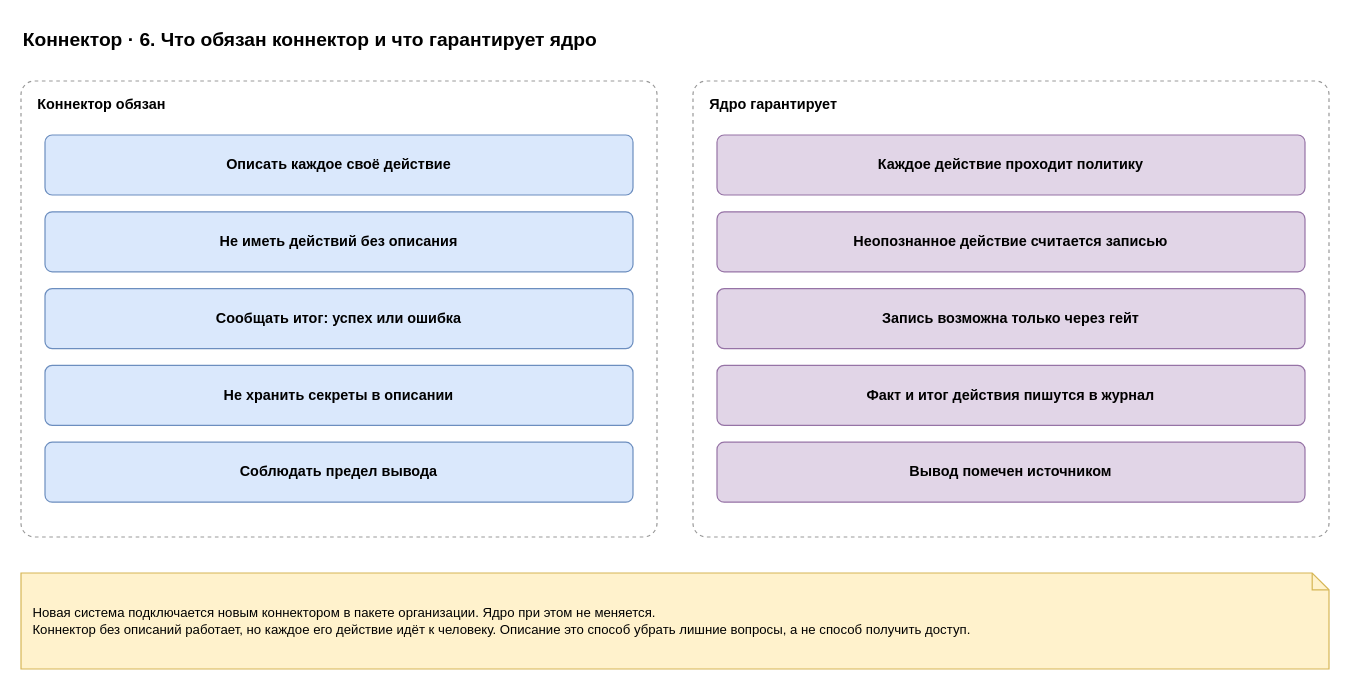
Earlier version of the draw.io diagram page "6. Обязательства" (6 of 6) of docs/spec/harness-connector.drawio (roygkov/reins). Source tidied: cells renumbered, new cells numbered last; positions are measured from the earlier drawing's top-left corner, leaving out a move shared by most shapes. Both pictures are drawn from the tidied source at 120%, with x=0, y=0 at pixel (20, 20).
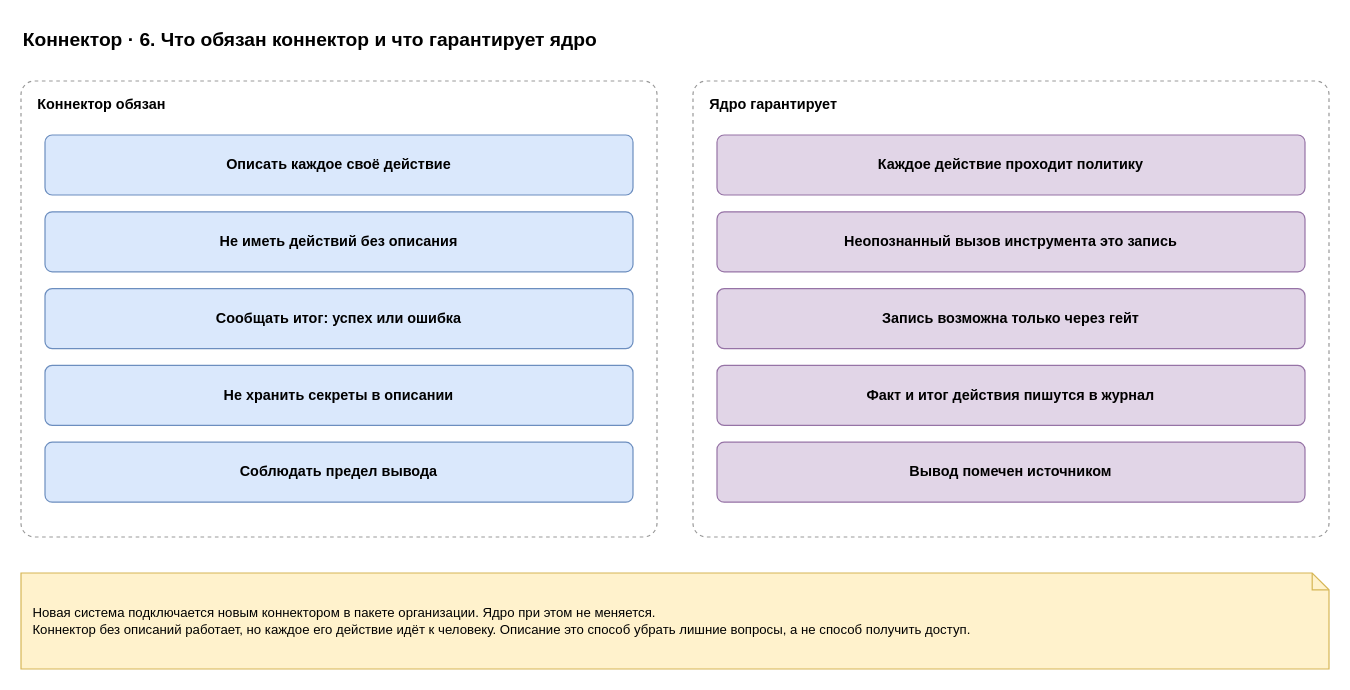
After the change.

Change to the diagram source:
```diff
@@
 <mxGraphModel>
   <root>
     <mxCell id="0" />
     <mxCell id="1" parent="0" />
     <mxCell id="2" value="Коннектор · 6. Что обязан коннектор и что гарантирует ядро" style="text;html=1;align=left;verticalAlign=middle;whiteSpace=wrap;fontSize=16;strokeColor=none;fillColor=none;fontStyle=1;" parent="1" vertex="1">
       <mxGeometry width="900" height="30" as="geometry" />
     </mxCell>
     <mxCell id="3" value="&lt;b&gt;Коннектор обязан&lt;/b&gt;" style="rounded=1;whiteSpace=wrap;html=1;dashed=1;fillColor=none;strokeColor=#999999;verticalAlign=top;align=left;spacingLeft=12;spacingTop=6;arcSize=3;" parent="1" vertex="1">
       <mxGeometry y="50" width="530" height="380" as="geometry" />
     </mxCell>
     <mxCell id="4" value="&lt;b&gt;Описать каждое своё действие&lt;/b&gt;" style="rounded=1;whiteSpace=wrap;html=1;fillColor=#dae8fc;strokeColor=#6c8ebf;arcSize=12;" parent="1" vertex="1">
       <mxGeometry x="20" y="95" width="490" height="50" as="geometry" />
     </mxCell>
     <mxCell id="5" value="&lt;b&gt;Не иметь действий без описания&lt;/b&gt;" style="rounded=1;whiteSpace=wrap;html=1;fillColor=#dae8fc;strokeColor=#6c8ebf;arcSize=12;" parent="1" vertex="1">
       <mxGeometry x="20" y="159" width="490" height="50" as="geometry" />
     </mxCell>
     <mxCell id="6" value="&lt;b&gt;Сообщать итог: успех или ошибка&lt;/b&gt;" style="rounded=1;whiteSpace=wrap;html=1;fillColor=#dae8fc;strokeColor=#6c8ebf;arcSize=12;" parent="1" vertex="1">
       <mxGeometry x="20" y="223" width="490" height="50" as="geometry" />
     </mxCell>
     <mxCell id="7" value="&lt;b&gt;Не хранить секреты в описании&lt;/b&gt;" style="rounded=1;whiteSpace=wrap;html=1;fillColor=#dae8fc;strokeColor=#6c8ebf;arcSize=12;" parent="1" vertex="1">
       <mxGeometry x="20" y="287" width="490" height="50" as="geometry" />
     </mxCell>
     <mxCell id="8" value="&lt;b&gt;Соблюдать предел вывода&lt;/b&gt;" style="rounded=1;whiteSpace=wrap;html=1;fillColor=#dae8fc;strokeColor=#6c8ebf;arcSize=12;" parent="1" vertex="1">
       <mxGeometry x="20" y="351" width="490" height="50" as="geometry" />
     </mxCell>
     <mxCell id="9" value="&lt;b&gt;Ядро гарантирует&lt;/b&gt;" style="rounded=1;whiteSpace=wrap;html=1;dashed=1;fillColor=none;strokeColor=#999999;verticalAlign=top;align=left;spacingLeft=12;spacingTop=6;arcSize=3;" parent="1" vertex="1">
       <mxGeometry x="560" y="50" width="530" height="380" as="geometry" />
     </mxCell>
     <mxCell id="10" value="&lt;b&gt;Каждое действие проходит политику&lt;/b&gt;" style="rounded=1;whiteSpace=wrap;html=1;fillColor=#e1d5e7;strokeColor=#9673a6;arcSize=12;" parent="1" vertex="1">
       <mxGeometry x="580" y="95" width="490" height="50" as="geometry" />
     </mxCell>
-    <mxCell id="11" value="&lt;b&gt;Неопознанное действие считается записью&lt;/b&gt;" style="rounded=1;whiteSpace=wrap;html=1;fillColor=#e1d5e7;strokeColor=#9673a6;arcSize=12;" parent="1" vertex="1">
+    <mxCell id="11" value="&lt;b&gt;Неопознанный вызов инструмента это запись&lt;/b&gt;" style="rounded=1;whiteSpace=wrap;html=1;fillColor=#e1d5e7;strokeColor=#9673a6;arcSize=12;" parent="1" vertex="1">
       <mxGeometry x="580" y="159" width="490" height="50" as="geometry" />
     </mxCell>
     <mxCell id="12" value="&lt;b&gt;Запись возможна только через гейт&lt;/b&gt;" style="rounded=1;whiteSpace=wrap;html=1;fillColor=#e1d5e7;strokeColor=#9673a6;arcSize=12;" parent="1" vertex="1">
       <mxGeometry x="580" y="223" width="490" height="50" as="geometry" />
     </mxCell>
     <mxCell id="13" value="&lt;b&gt;Факт и итог действия пишутся в журнал&lt;/b&gt;" style="rounded=1;whiteSpace=wrap;html=1;fillColor=#e1d5e7;strokeColor=#9673a6;arcSize=12;" parent="1" vertex="1">
       <mxGeometry x="580" y="287" width="490" height="50" as="geometry" />
     </mxCell>
     <mxCell id="14" value="&lt;b&gt;Вывод помечен источником&lt;/b&gt;" style="rounded=1;whiteSpace=wrap;html=1;fillColor=#e1d5e7;strokeColor=#9673a6;arcSize=12;" parent="1" vertex="1">
       <mxGeometry x="580" y="351" width="490" height="50" as="geometry" />
     </mxCell>
     <mxCell id="15" value="Новая система подключается новым коннектором в пакете организации. Ядро при этом не меняется.&lt;br&gt;Коннектор без описаний работает, но каждое его действие идёт к человеку. Описание это способ убрать лишние вопросы, а не способ получить доступ." style="shape=note;whiteSpace=wrap;html=1;backgroundOutline=1;size=14;fillColor=#fff2cc;strokeColor=#d6b656;align=left;spacingLeft=8;spacingRight=8;fontSize=11;" parent="1" vertex="1">
       <mxGeometry y="460" width="1090" height="80" as="geometry" />
     </mxCell>
   </root>
 </mxGraphModel>
```
